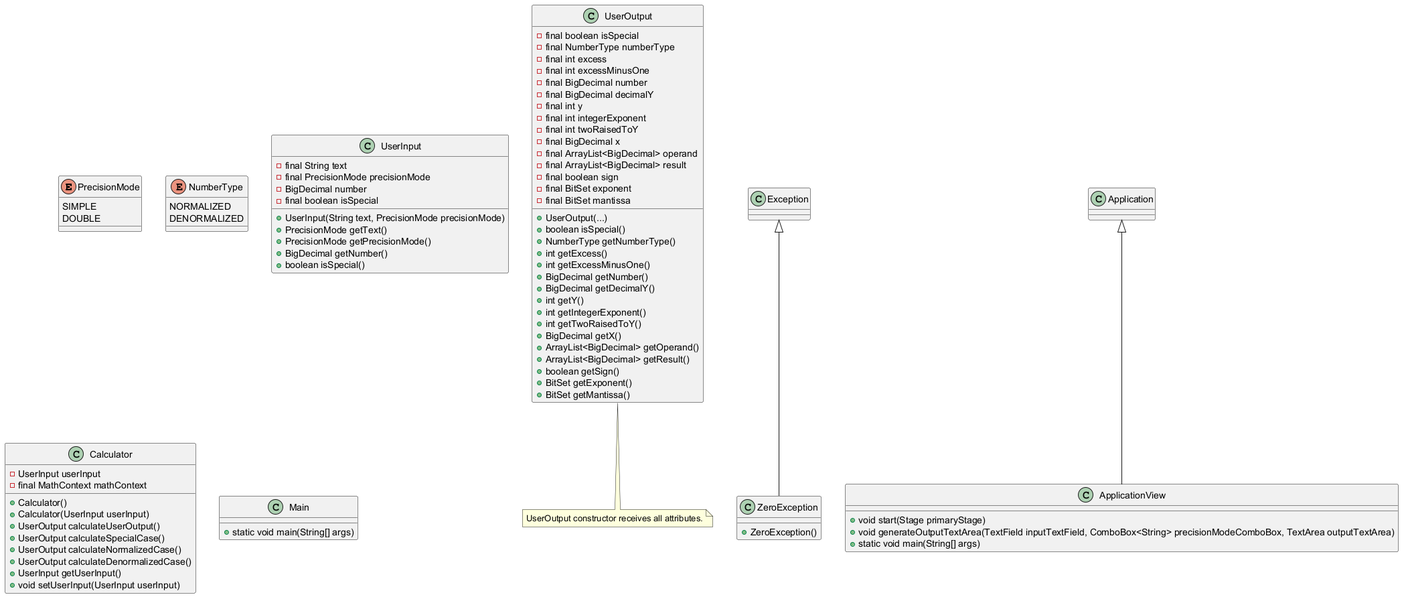
Jiuso1/easyP754 keeps this PlantUML diagram as build/resources/main/uml.png. Above is the earlier version.
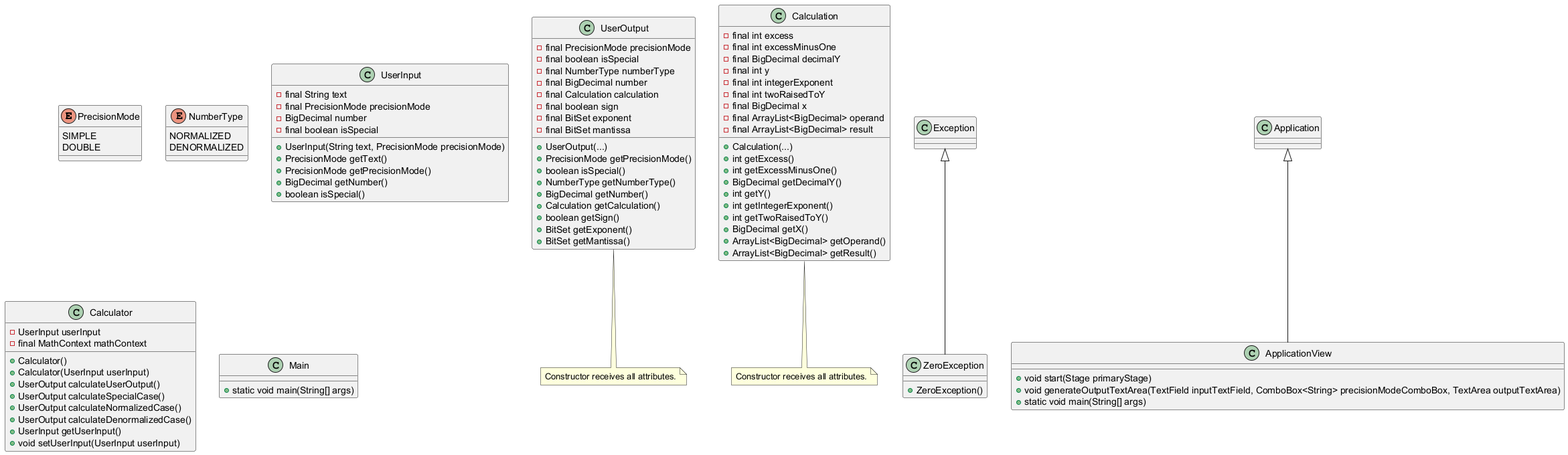
After the commit.

Diff of the diagram source:
```diff
@@ -22,11 +22,30 @@
 }
 
 class UserOutput {
+    - final PrecisionMode precisionMode
     - final boolean isSpecial
     - final NumberType numberType
+    - final BigDecimal number
+    - final Calculation calculation
+    - final boolean sign
+    - final BitSet exponent
+    - final BitSet mantissa
+    + UserOutput(...)
+    + PrecisionMode getPrecisionMode()
+    + boolean isSpecial()
+    + NumberType getNumberType()
+    + BigDecimal getNumber()
+    + Calculation getCalculation()
+    + boolean getSign()
+    + BitSet getExponent()
+    + BitSet getMantissa()
+}
+
+note bottom of UserOutput: Constructor receives all attributes.
+
+class Calculation{
     - final int excess
     - final int excessMinusOne
-    - final BigDecimal number
     - final BigDecimal decimalY
     - final int y
     - final int integerExponent
@@ -34,15 +53,9 @@
     - final BigDecimal x
     - final ArrayList<BigDecimal> operand
     - final ArrayList<BigDecimal> result
-    - final boolean sign
-    - final BitSet exponent
-    - final BitSet mantissa
-    + UserOutput(...)
-    + boolean isSpecial()
-    + NumberType getNumberType()
+    + Calculation(...)
     + int getExcess()
     + int getExcessMinusOne()
-    + BigDecimal getNumber()
     + BigDecimal getDecimalY()
     + int getY()
     + int getIntegerExponent()
@@ -50,12 +63,9 @@
     + BigDecimal getX()
     + ArrayList<BigDecimal> getOperand()
     + ArrayList<BigDecimal> getResult()
-    + boolean getSign()
-    + BitSet getExponent()
-    + BitSet getMantissa()
 }
 
-note bottom of UserOutput : UserOutput constructor receives all attributes.
+note bottom of Calculation: Constructor receives all attributes.
 
 class Calculator {
     - UserInput userInput
```
